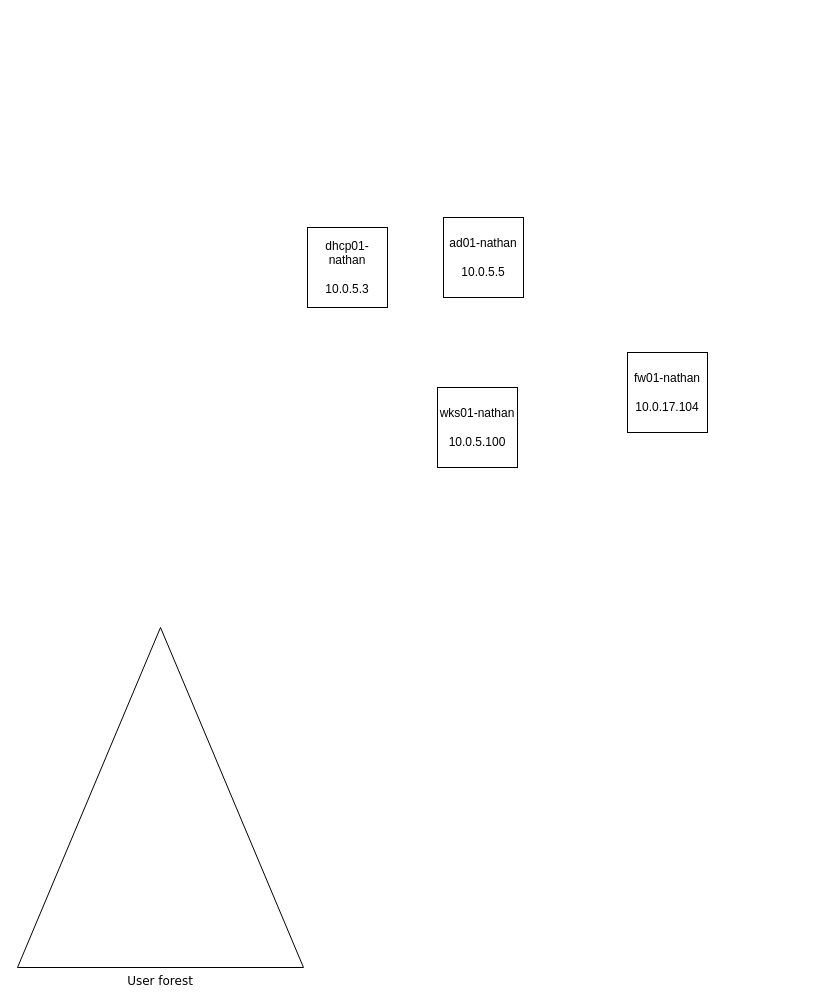
Before: NetworkDiagram.drawio in charlottecroce/ChamplainTechJournals, a draw.io diagram. Source tidied: cells renumbered, new cells numbered last; positions are measured from the earlier drawing's top-left corner, leaving out a move shared by most shapes. Both pictures are drawn from the tidied source at 100%, with x=0, y=0 at pixel (17, 217).
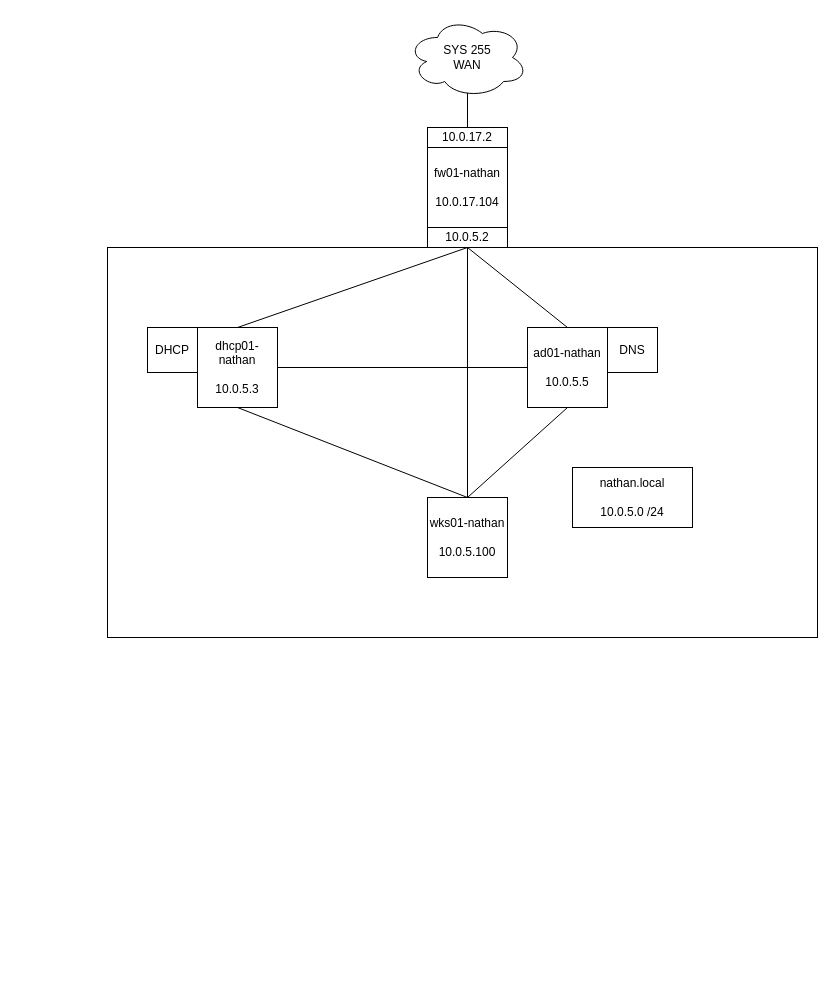
After the change.

Change to the diagram source:
```diff
@@
-    <mxCell id="2" value="User forest" style="triangle;whiteSpace=wrap;html=1;rounded=0;shadow=0;comic=0;strokeWidth=1;fontFamily=Verdana;direction=north;labelPosition=center;verticalLabelPosition=bottom;align=center;verticalAlign=top;" parent="1" vertex="1">
-      <mxGeometry y="410" width="286" height="340" as="geometry" />
-    </mxCell>
+    <mxCell id="7" style="rounded=0;whiteSpace=wrap;html=1;glass=0;perimeterSpacing=1;strokeWidth=1;" parent="1" vertex="1">
+      <mxGeometry x="90" y="30" width="710" height="390" as="geometry" />
+    </mxCell>
     <mxCell id="3" value="fw01-nathan&lt;br&gt;&lt;br&gt;10.0.17.104" style="whiteSpace=wrap;html=1;" parent="1" vertex="1">
-      <mxGeometry x="610" y="135" width="80" height="80" as="geometry" />
+      <mxGeometry x="410" y="-70" width="80" height="80" as="geometry" />
     </mxCell>
     <mxCell id="4" value="wks01-nathan&lt;br&gt;&lt;br&gt;10.0.5.100" style="whiteSpace=wrap;html=1;" parent="1" vertex="1">
-      <mxGeometry x="420" y="170" width="80" height="80" as="geometry" />
+      <mxGeometry x="410" y="280" width="80" height="80" as="geometry" />
     </mxCell>
     <mxCell id="5" value="ad01-nathan&lt;br&gt;&lt;br&gt;10.0.5.5" style="whiteSpace=wrap;html=1;" parent="1" vertex="1">
-      <mxGeometry x="426" width="80" height="80" as="geometry" />
+      <mxGeometry x="510" y="110" width="80" height="80" as="geometry" />
     </mxCell>
     <mxCell id="6" value="dhcp01-nathan&lt;br&gt;&lt;br&gt;10.0.5.3" style="whiteSpace=wrap;html=1;" parent="1" vertex="1">
-      <mxGeometry x="290" y="10" width="80" height="80" as="geometry" />
+      <mxGeometry x="180" y="110" width="80" height="80" as="geometry" />
     </mxCell>
+    <mxCell id="8" style="endArrow=none;html=1;rounded=0;exitX=0.5;exitY=1;exitDx=0;exitDy=0;entryX=0.5;entryY=0;entryDx=0;entryDy=0;" parent="1" edge="1" source="5" target="4">
+      <mxGeometry relative="1" as="geometry" />
+    </mxCell>
+    <mxCell id="9" style="endArrow=none;html=1;rounded=0;exitX=0.5;exitY=1;exitDx=0;exitDy=0;entryX=0.5;entryY=0;entryDx=0;entryDy=0;" parent="1" edge="1" source="6" target="4">
+      <mxGeometry relative="1" as="geometry" />
+    </mxCell>
+    <mxCell id="10" value="10.0.5.2" style="rounded=0;whiteSpace=wrap;html=1;" parent="1" vertex="1">
+      <mxGeometry x="410" y="10" width="80" height="20" as="geometry" />
+    </mxCell>
+    <mxCell id="11" style="endArrow=none;html=1;rounded=0;entryX=0.5;entryY=1;entryDx=0;entryDy=0;exitX=0.5;exitY=0;exitDx=0;exitDy=0;" parent="1" edge="1" source="5" target="10">
+      <mxGeometry relative="1" as="geometry" />
+    </mxCell>
+    <mxCell id="12" value="10.0.17.2" style="rounded=0;whiteSpace=wrap;html=1;" parent="1" vertex="1">
+      <mxGeometry x="410" y="-90" width="80" height="20" as="geometry" />
+    </mxCell>
+    <mxCell id="13" value="DNS" style="rounded=0;whiteSpace=wrap;html=1;" parent="1" vertex="1">
+      <mxGeometry x="590" y="110" width="50" height="45" as="geometry" />
+    </mxCell>
+    <mxCell id="14" style="endArrow=none;html=1;rounded=0;entryX=0.5;entryY=0;entryDx=0;entryDy=0;exitX=0.5;exitY=1;exitDx=0;exitDy=0;" parent="1" edge="1" source="10" target="4">
+      <mxGeometry relative="1" as="geometry" />
+    </mxCell>
+    <mxCell id="15" style="endArrow=none;html=1;rounded=0;entryX=0.5;entryY=1;entryDx=0;entryDy=0;" parent="1" edge="1" target="10">
+      <mxGeometry relative="1" as="geometry">
+        <mxPoint x="220" y="110" as="sourcePoint" />
+      </mxGeometry>
+    </mxCell>
+    <mxCell id="16" style="endArrow=none;html=1;rounded=0;entryX=1;entryY=0.5;entryDx=0;entryDy=0;exitX=0;exitY=0.5;exitDx=0;exitDy=0;" parent="1" edge="1" source="5" target="6">
+      <mxGeometry relative="1" as="geometry" />
+    </mxCell>
+    <mxCell id="17" value="DHCP" style="rounded=0;whiteSpace=wrap;html=1;" parent="1" vertex="1">
+      <mxGeometry x="130" y="110" width="50" height="45" as="geometry" />
+    </mxCell>
+    <mxCell id="18" value="nathan.local&lt;br&gt;&lt;br&gt;10.0.5.0 /24" style="rounded=0;whiteSpace=wrap;html=1;" parent="1" vertex="1">
+      <mxGeometry x="555" y="250" width="120" height="60" as="geometry" />
+    </mxCell>
+    <mxCell id="19" style="endArrow=none;html=1;rounded=0;entryX=0.5;entryY=0;entryDx=0;entryDy=0;" parent="1" edge="1" target="12">
+      <mxGeometry relative="1" as="geometry">
+        <mxPoint x="450" y="-130" as="sourcePoint" />
+      </mxGeometry>
+    </mxCell>
+    <mxCell id="20" value="SYS 255&lt;br&gt;WAN" style="ellipse;shape=cloud;whiteSpace=wrap;html=1;" parent="1" vertex="1">
+      <mxGeometry x="390" y="-200" width="120" height="80" as="geometry" />
+    </mxCell>
```
